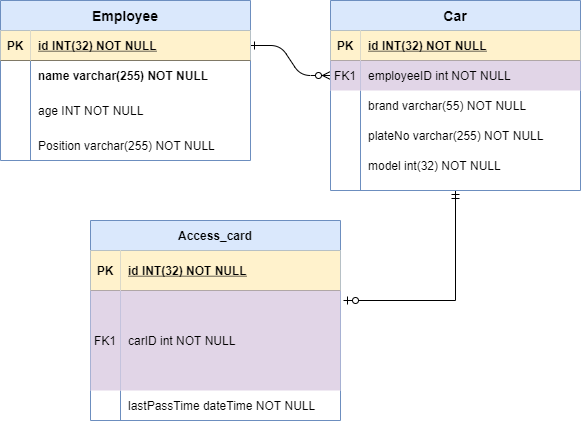
The draw.io diagram highway_access_erd.png in sherifwahballa1/Highway-Access, before a commit. Source tidied: cells renumbered, new cells last; positions are measured from the earlier drawing's top-left corner, leaving out a move shared by most shapes.
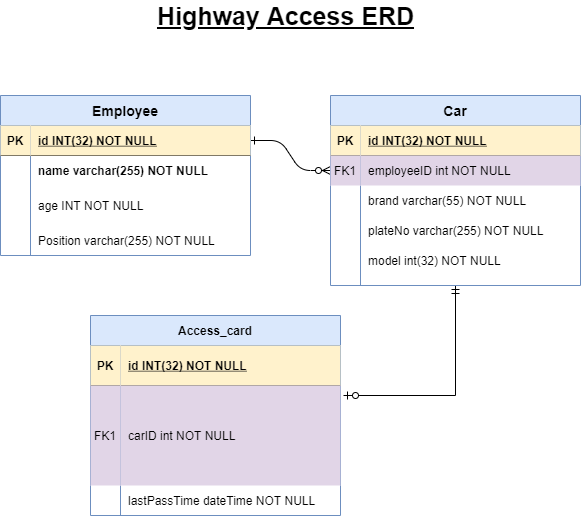
Above is the later version.

Commit message:
reset erd files

set the readme file

set the readme file

What changed in the source:
```diff
@@ -125,5 +125,8 @@
     <mxCell id="42" value="Position varchar(255) NOT NULL" style="shape=partialRectangle;overflow=hidden;fillColor=none;top=0;left=0;bottom=0;right=0;align=left;spacingLeft=6;" parent="40" vertex="1">
       <mxGeometry x="30" width="220" height="30" as="geometry" />
     </mxCell>
+    <mxCell id="43" value="&lt;b&gt;&lt;font style=&quot;font-size: 25px&quot;&gt;&lt;u&gt;Highway Access ERD&lt;/u&gt;&lt;/font&gt;&lt;/b&gt;" style="text;html=1;align=center;verticalAlign=middle;strokeColor=none;" parent="1" vertex="1">
+      <mxGeometry x="150" y="-90" width="270" height="20" as="geometry" />
+    </mxCell>
   </root>
 </mxGraphModel>
```
